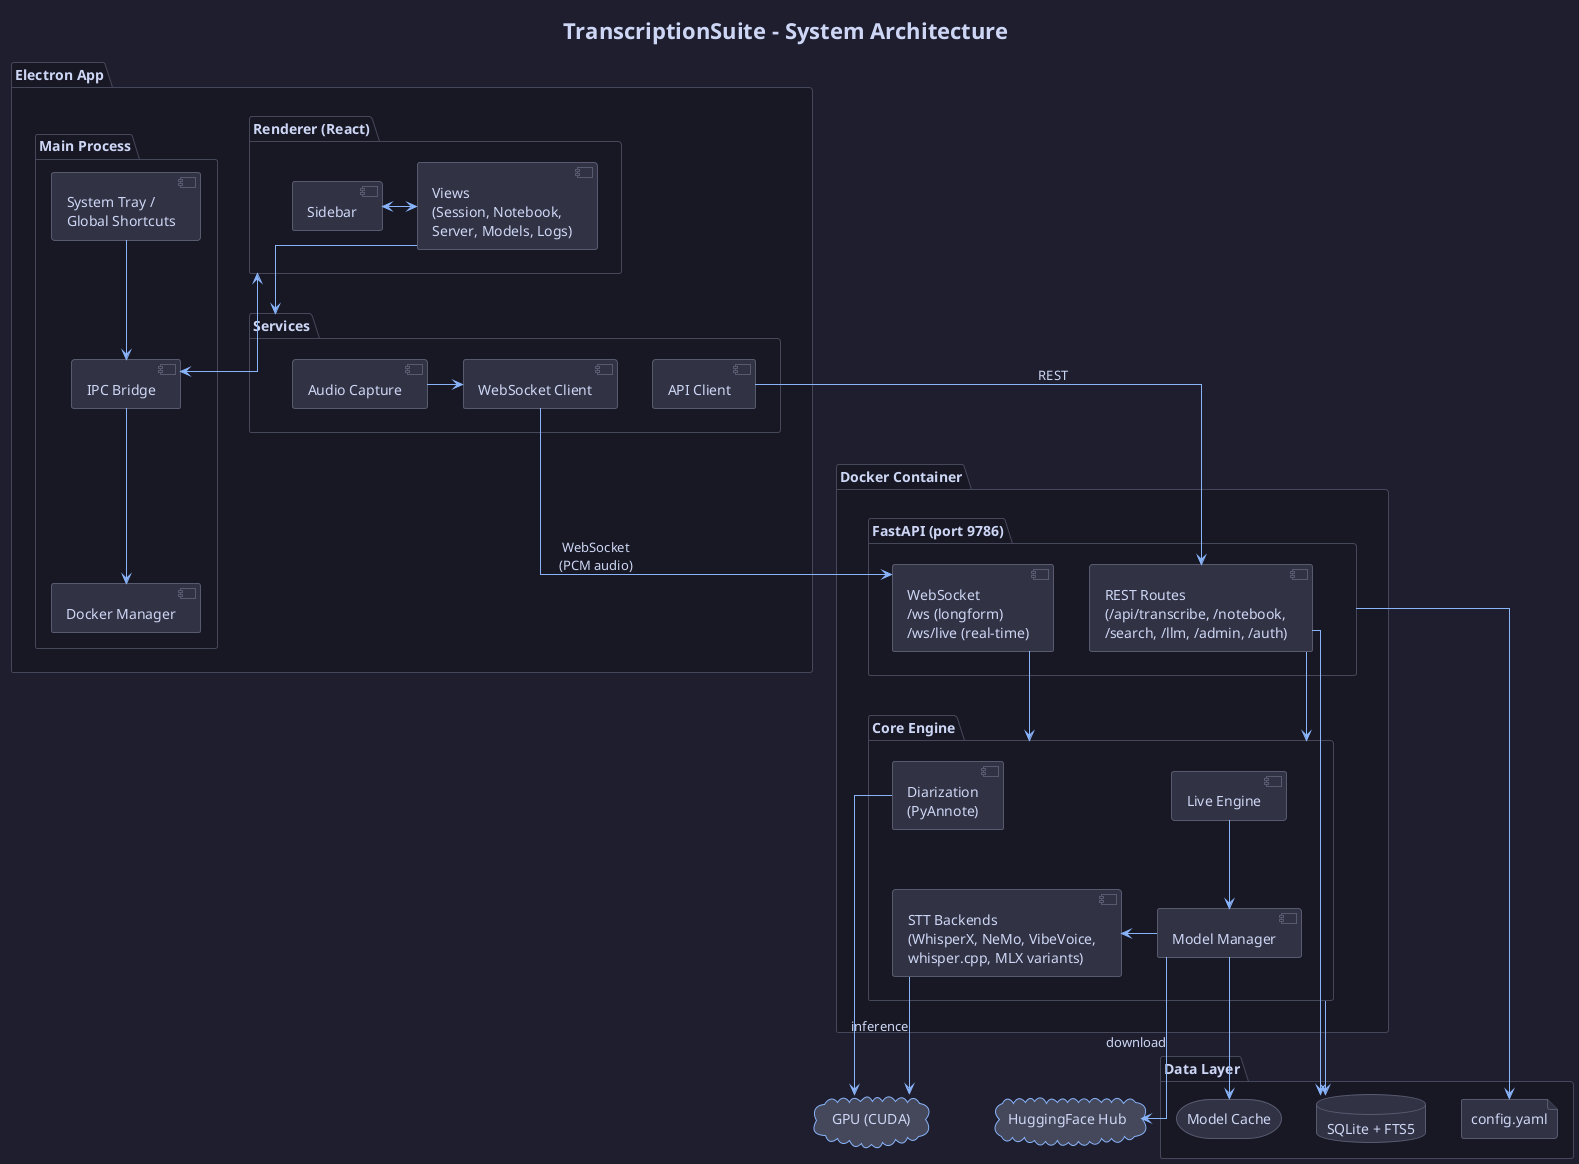
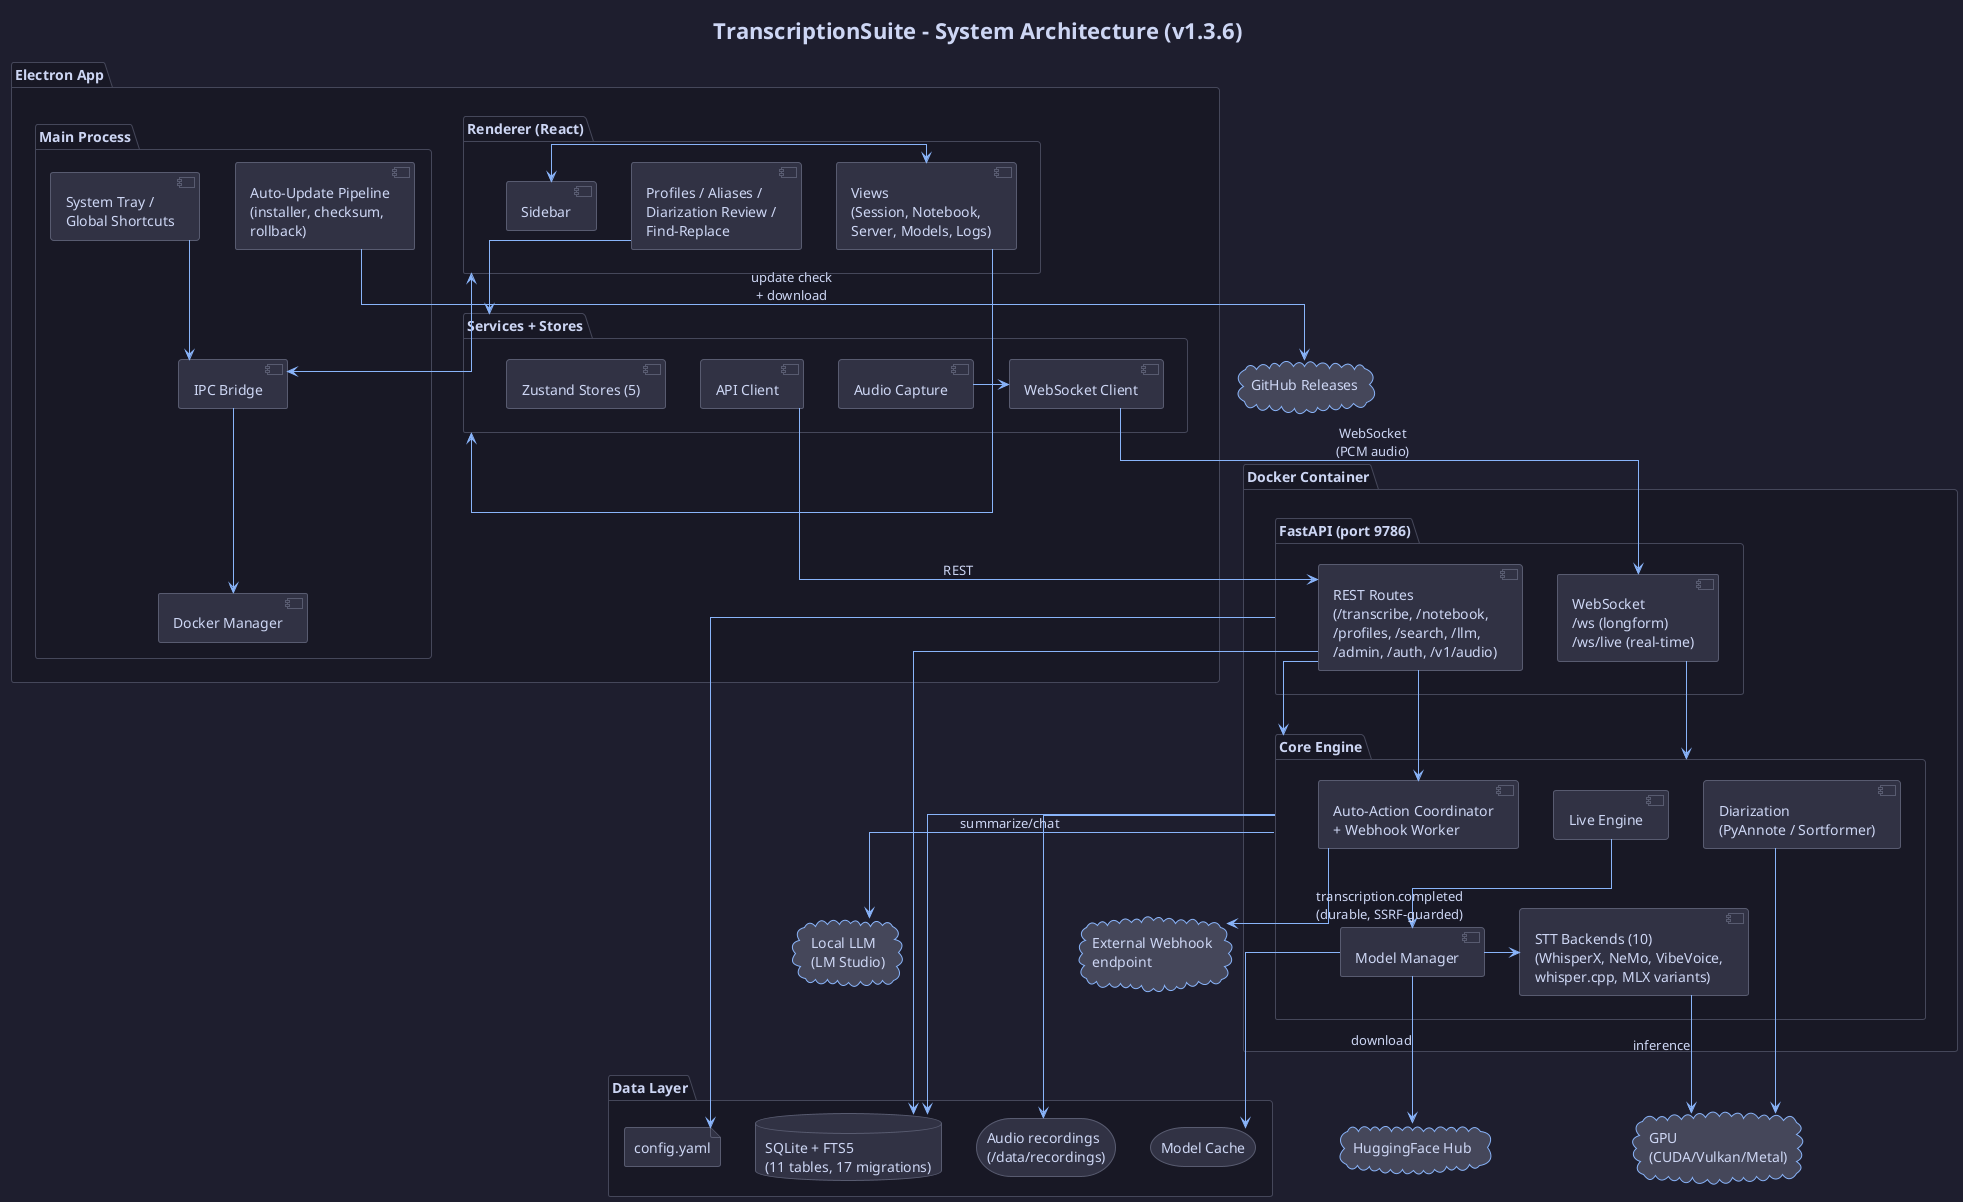
@startuml TranscriptionSuite - High-Level Architecture
!theme plain
skinparam backgroundColor #1e1e2e
skinparam defaultFontColor #cdd6f4
skinparam componentBackgroundColor #313244
skinparam componentBorderColor #585b70
skinparam packageBackgroundColor #181825
skinparam packageBorderColor #45475a
skinparam arrowColor #89b4fa
skinparam noteBackgroundColor #313244
skinparam noteBorderColor #585b70
skinparam stereotypeFontColor #a6adc8
skinparam cloudBackgroundColor #45475a
skinparam cloudBorderColor #89b4fa
skinparam databaseBackgroundColor #313244
skinparam databaseBorderColor #585b70
skinparam storageBackgroundColor #313244
skinparam storageBorderColor #585b70
skinparam fileBackgroundColor #313244
skinparam fileBorderColor #585b70
skinparam linetype ortho

- title TranscriptionSuite - System Architecture
+ title TranscriptionSuite - System Architecture (v1.3.6)

' ── Tier 1: Electron ──────────────────────────────
package "Electron App" as electron #181825 {
  package "Main Process" as elMain {
    component "IPC Bridge" as ipc
    component "Docker Manager" as dockerMgr
+     component "Auto-Update Pipeline\n(installer, checksum,\nrollback)" as updatePipe
    component "System Tray /\nGlobal Shortcuts" as trayShortcuts
  }

  package "Renderer (React)" as renderer {
    component "Views\n(Session, Notebook,\nServer, Models, Logs)" as views
+     component "Profiles / Aliases /\nDiarization Review /\nFind-Replace" as featureUI
    component "Sidebar" as sidebar
  }

-   package "Services" as services {
+   package "Services + Stores" as services {
    component "API Client" as apiClient
    component "WebSocket Client" as wsClient
    component "Audio Capture" as audioCapture
+     component "Zustand Stores (5)" as stores
  }
}

' ── Tier 2: Server ────────────────────────────────
package "Docker Container" as docker #181825 {
  package "FastAPI (port 9786)" as fastapi {
-     component "REST Routes\n(/api/transcribe, /notebook,\n/search, /llm, /admin, /auth)" as restRoutes
+     component "REST Routes\n(/transcribe, /notebook,\n/profiles, /search, /llm,\n/admin, /auth, /v1/audio)" as restRoutes
    component "WebSocket\n/ws (longform)\n/ws/live (real-time)" as wsEndpoints
  }

  package "Core Engine" as core {
    component "Model Manager" as modelMgr
-     component "STT Backends\n(WhisperX, NeMo, VibeVoice,\nwhisper.cpp, MLX variants)" as sttBackends
+     component "STT Backends (10)\n(WhisperX, NeMo, VibeVoice,\nwhisper.cpp, MLX variants)" as sttBackends
    component "Live Engine" as liveEngine
-     component "Diarization\n(PyAnnote)" as diarEngine
+     component "Diarization\n(PyAnnote / Sortformer)" as diarEngine
+     component "Auto-Action Coordinator\n+ Webhook Worker" as autoActions
  }
}

' ── Tier 3: Data ──────────────────────────────────
package "Data Layer" as data #181825 {
-   database "SQLite + FTS5" as db
+   database "SQLite + FTS5\n(11 tables, 17 migrations)" as db
  storage "Model Cache" as modelCache
  file "config.yaml" as configFile
+   storage "Audio recordings\n(/data/recordings)" as audioStore
}

' ── External ──────────────────────────────────────
cloud "HuggingFace Hub" as hfHub
- cloud "GPU (CUDA)" as gpu
+ cloud "GPU\n(CUDA/Vulkan/Metal)" as gpu
+ cloud "Local LLM\n(LM Studio)" as llm
+ cloud "External Webhook\nendpoint" as webhook
+ cloud "GitHub Releases" as github

' ── Connections (minimized) ───────────────────────

' Electron internal
views -down-> services
+ featureUI -down-> services
views <-left-> sidebar
renderer <--> ipc
trayShortcuts --> ipc
ipc --> dockerMgr
+ updatePipe --> github : "update check\n+ download"

' Services to Server
apiClient -down-> restRoutes : "REST"
wsClient -down-> wsEndpoints : "WebSocket\n(PCM audio)"
audioCapture -right-> wsClient

' Server internal
restRoutes -down-> core
wsEndpoints -down-> core
modelMgr -right-> sttBackends
liveEngine --> modelMgr
+ restRoutes --> autoActions

' Data access
restRoutes -down-> db
core -down-> db
modelMgr -down-> modelCache
fastapi -down-> configFile
+ core -down-> audioStore

' External
modelMgr -down-> hfHub : "download"
sttBackends -down-> gpu : "inference"
diarEngine -down-> gpu
+ core -down-> llm : "summarize/chat"
+ autoActions -down-> webhook : "transcription.completed\n(durable, SSRF-guarded)"

@enduml
